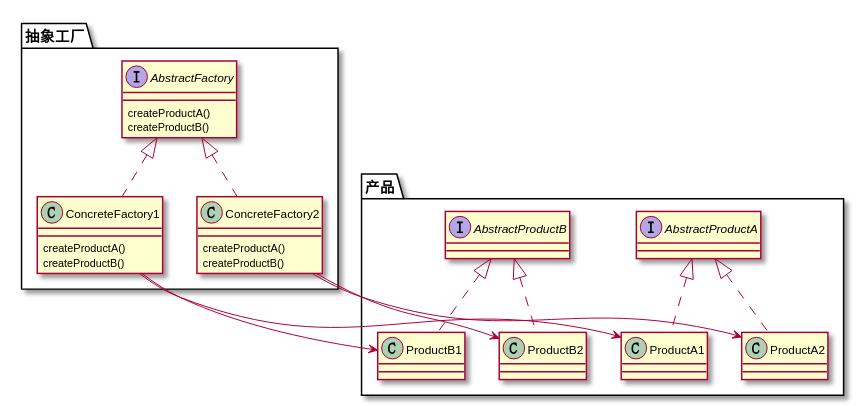
The PlantUML diagram pattern_umls/factory/abstract_factory/abstract_facotry.svg in zzbb1199/HeadFirst, before a commit. Its diagram source:
```plantuml
@startuml

package 抽象工厂{

interface AbstractFactory{
    createProductA()
    createProductB()
}

class ConcreteFactory1{
      createProductA()
      createProductB()
}

class ConcreteFactory2{
      createProductA()
      createProductB()
}


AbstractFactory <|.. ConcreteFactory1
AbstractFactory <|.. ConcreteFactory2

}

package 产品{

 interface AbstractProductA{
 }
 interface AbstractProductB{
 }

 AbstractProductA <|.. ProductA1
 AbstractProductA <|.. ProductA2

 AbstractProductB <|.. ProductB1
 AbstractProductB <|.. ProductB2

}




ConcreteFactory1 --> ProductA1
ConcreteFactory1 --> ProductB1

ConcreteFactory2 --> ProductA2
ConcreteFactory2 --> ProductB2


@enduml
```
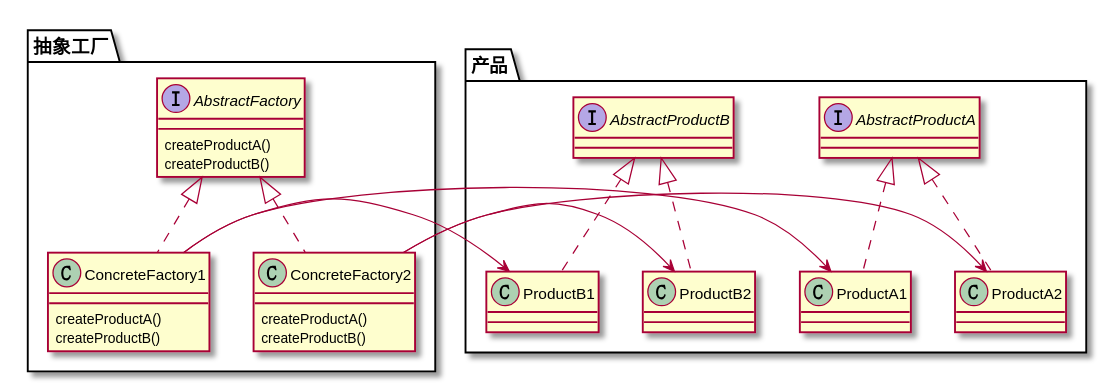
After the change.

Diff of the diagram source:
```diff
@@ -41,11 +41,11 @@
 
 
 
-ConcreteFactory1 --> ProductA1
-ConcreteFactory1 --> ProductB1
+ConcreteFactory1 -> ProductA1
+ConcreteFactory1 -> ProductB1
 
-ConcreteFactory2 --> ProductA2
-ConcreteFactory2 --> ProductB2
+ConcreteFactory2 -> ProductA2
+ConcreteFactory2 -> ProductB2
 
 
 @enduml
```
